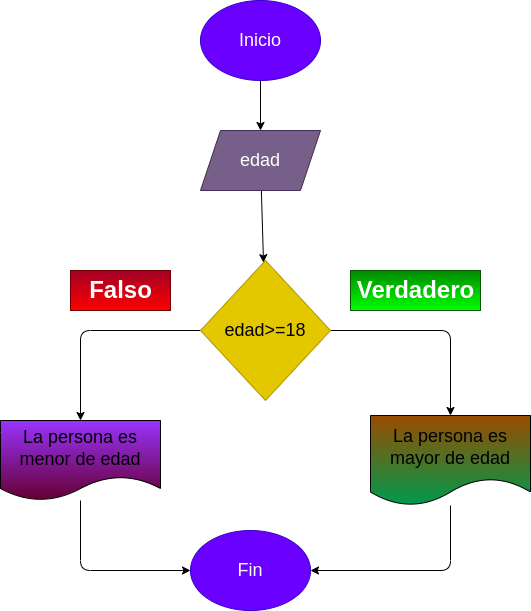
Earlier version of the draw.io export ejercicio3_prestamo/diagrama.png (juanomanino/EjerciciosIftemporal). Source tidied: cells renumbered, new cells last; positions are measured from the earlier drawing's top-left corner, leaving out a move shared by most shapes.
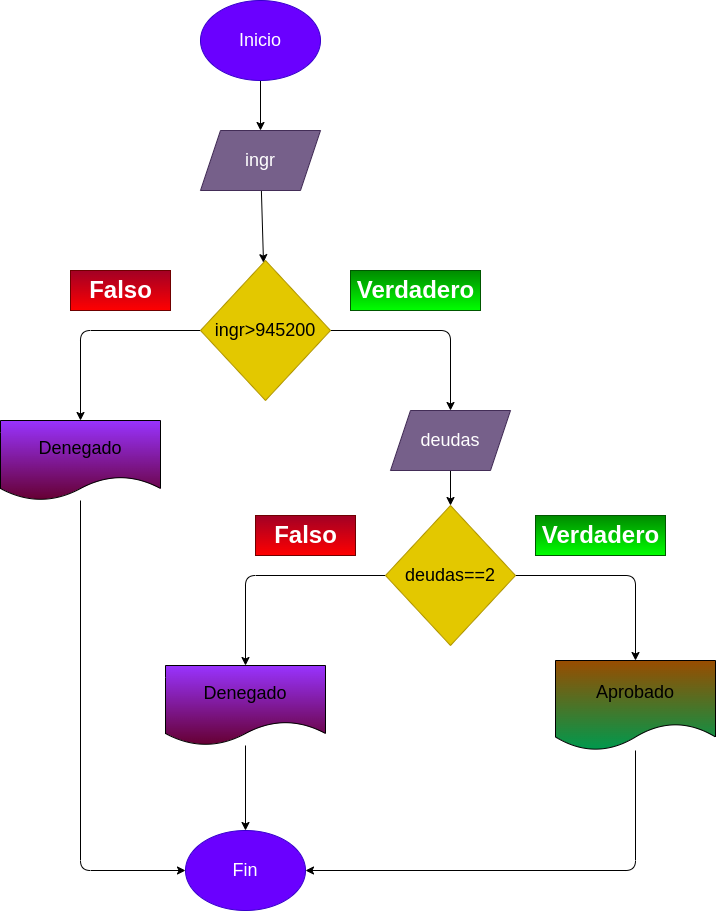
After the change.

What changed in the source:
```diff
@@ -11,10 +11,10 @@
     <mxCell id="4" style="edgeStyle=none;html=1;fontSize=18;" parent="1" edge="1" source="5" target="8">
       <mxGeometry relative="1" as="geometry" />
     </mxCell>
-    <mxCell id="5" value="&lt;font style=&quot;font-size: 18px&quot;&gt;edad&lt;/font&gt;" style="shape=parallelogram;perimeter=parallelogramPerimeter;whiteSpace=wrap;html=1;fixedSize=1;fillColor=#76608a;fontColor=#ffffff;strokeColor=#432D57;" parent="1" vertex="1">
+    <mxCell id="5" value="&lt;font style=&quot;font-size: 18px&quot;&gt;ingr&lt;/font&gt;" style="shape=parallelogram;perimeter=parallelogramPerimeter;whiteSpace=wrap;html=1;fixedSize=1;fillColor=#76608a;fontColor=#ffffff;strokeColor=#432D57;" parent="1" vertex="1">
       <mxGeometry x="200" y="130" width="120" height="60" as="geometry" />
     </mxCell>
-    <mxCell id="6" style="edgeStyle=none;html=1;entryX=0.5;entryY=0;entryDx=0;entryDy=0;fontSize=18;" parent="1" edge="1" source="8" target="12">
+    <mxCell id="6" style="edgeStyle=none;html=1;entryX=0.5;entryY=0;entryDx=0;entryDy=0;fontSize=18;" parent="1" edge="1" source="8" target="26">
       <mxGeometry relative="1" as="geometry">
         <Array as="points">
           <mxPoint x="450" y="330" />
@@ -28,29 +28,19 @@
         </Array>
       </mxGeometry>
     </mxCell>
-    <mxCell id="8" value="edad&amp;gt;=18" style="rhombus;whiteSpace=wrap;html=1;fontSize=18;fillColor=#e3c800;fontColor=#000000;strokeColor=#B09500;" parent="1" vertex="1">
+    <mxCell id="8" value="ingr&amp;gt;945200" style="rhombus;whiteSpace=wrap;html=1;fontSize=18;fillColor=#e3c800;fontColor=#000000;strokeColor=#B09500;" parent="1" vertex="1">
       <mxGeometry x="200" y="260" width="130" height="140" as="geometry" />
     </mxCell>
     <mxCell id="9" style="edgeStyle=none;html=1;entryX=0;entryY=0.5;entryDx=0;entryDy=0;fontSize=18;" parent="1" edge="1" source="10" target="15">
       <mxGeometry relative="1" as="geometry">
         <Array as="points">
-          <mxPoint x="80" y="570" />
+          <mxPoint x="80" y="870" />
         </Array>
       </mxGeometry>
     </mxCell>
-    <mxCell id="10" value="La persona es menor de edad" style="shape=document;whiteSpace=wrap;html=1;boundedLbl=1;fontSize=18;fillColor=#9933FF;gradientColor=#660033;" parent="1" vertex="1">
+    <mxCell id="10" value="Denegado" style="shape=document;whiteSpace=wrap;html=1;boundedLbl=1;fontSize=18;fillColor=#9933FF;gradientColor=#660033;" parent="1" vertex="1">
       <mxGeometry y="420" width="160" height="80" as="geometry" />
     </mxCell>
-    <mxCell id="11" style="edgeStyle=none;html=1;entryX=1;entryY=0.5;entryDx=0;entryDy=0;fontSize=18;" parent="1" edge="1" source="12" target="15">
-      <mxGeometry relative="1" as="geometry">
-        <Array as="points">
-          <mxPoint x="450" y="570" />
-        </Array>
-      </mxGeometry>
-    </mxCell>
-    <mxCell id="12" value="La persona es mayor de edad" style="shape=document;whiteSpace=wrap;html=1;boundedLbl=1;fontSize=18;gradientColor=#00994D;fillColor=#994C00;" parent="1" vertex="1">
-      <mxGeometry x="370" y="415" width="160" height="90" as="geometry" />
-    </mxCell>
     <mxCell id="13" value="Falso" style="text;strokeColor=#6F0000;fillColor=#a20025;html=1;fontSize=24;fontStyle=1;verticalAlign=middle;align=center;fontColor=#ffffff;gradientColor=#FF0000;" parent="1" vertex="1">
       <mxGeometry x="70" y="270" width="100" height="40" as="geometry" />
     </mxCell>
@@ -58,7 +48,52 @@
       <mxGeometry x="350" y="270" width="130" height="40" as="geometry" />
     </mxCell>
     <mxCell id="15" value="Fin" style="ellipse;whiteSpace=wrap;html=1;fontSize=18;fillColor=#6a00ff;fontColor=#ffffff;strokeColor=#3700CC;" parent="1" vertex="1">
-      <mxGeometry x="190" y="530" width="120" height="80" as="geometry" />
+      <mxGeometry x="185" y="830" width="120" height="80" as="geometry" />
     </mxCell>
+    <mxCell id="16" style="edgeStyle=none;html=1;entryX=0.5;entryY=0;entryDx=0;entryDy=0;fontSize=18;" parent="1" edge="1" source="18" target="22">
+      <mxGeometry relative="1" as="geometry">
+        <Array as="points">
+          <mxPoint x="635" y="575" />
+        </Array>
+      </mxGeometry>
+    </mxCell>
+    <mxCell id="17" style="edgeStyle=none;html=1;exitX=0;exitY=0.5;exitDx=0;exitDy=0;entryX=0.5;entryY=0;entryDx=0;entryDy=0;fontSize=18;" parent="1" edge="1" source="18" target="20">
+      <mxGeometry relative="1" as="geometry">
+        <Array as="points">
+          <mxPoint x="245" y="575" />
+        </Array>
+      </mxGeometry>
+    </mxCell>
+    <mxCell id="18" value="deudas==2" style="rhombus;whiteSpace=wrap;html=1;fontSize=18;fillColor=#e3c800;fontColor=#000000;strokeColor=#B09500;" parent="1" vertex="1">
+      <mxGeometry x="385" y="505" width="130" height="140" as="geometry" />
+    </mxCell>
+    <mxCell id="19" style="edgeStyle=none;html=1;entryX=0.5;entryY=0;entryDx=0;entryDy=0;" parent="1" edge="1" source="20" target="15">
+      <mxGeometry relative="1" as="geometry" />
+    </mxCell>
+    <mxCell id="20" value="Denegado" style="shape=document;whiteSpace=wrap;html=1;boundedLbl=1;fontSize=18;fillColor=#9933FF;gradientColor=#660033;" parent="1" vertex="1">
+      <mxGeometry x="165" y="665" width="160" height="80" as="geometry" />
+    </mxCell>
+    <mxCell id="21" style="edgeStyle=none;html=1;entryX=1;entryY=0.5;entryDx=0;entryDy=0;" parent="1" edge="1" source="22" target="15">
+      <mxGeometry relative="1" as="geometry">
+        <Array as="points">
+          <mxPoint x="635" y="870" />
+        </Array>
+      </mxGeometry>
+    </mxCell>
+    <mxCell id="22" value="Aprobado" style="shape=document;whiteSpace=wrap;html=1;boundedLbl=1;fontSize=18;gradientColor=#00994D;fillColor=#994C00;" parent="1" vertex="1">
+      <mxGeometry x="555" y="660" width="160" height="90" as="geometry" />
+    </mxCell>
+    <mxCell id="23" value="Falso" style="text;strokeColor=#6F0000;fillColor=#a20025;html=1;fontSize=24;fontStyle=1;verticalAlign=middle;align=center;fontColor=#ffffff;gradientColor=#FF0000;" parent="1" vertex="1">
+      <mxGeometry x="255" y="515" width="100" height="40" as="geometry" />
+    </mxCell>
+    <mxCell id="24" value="Verdadero" style="text;strokeColor=#005700;fillColor=#008a00;html=1;fontSize=24;fontStyle=1;verticalAlign=middle;align=center;fontColor=#ffffff;gradientColor=#00FF00;" parent="1" vertex="1">
+      <mxGeometry x="535" y="515" width="130" height="40" as="geometry" />
+    </mxCell>
+    <mxCell id="25" style="edgeStyle=none;html=1;entryX=0.5;entryY=0;entryDx=0;entryDy=0;" parent="1" edge="1" source="26" target="18">
+      <mxGeometry relative="1" as="geometry" />
+    </mxCell>
+    <mxCell id="26" value="&lt;font style=&quot;font-size: 18px&quot;&gt;deudas&lt;/font&gt;" style="shape=parallelogram;perimeter=parallelogramPerimeter;whiteSpace=wrap;html=1;fixedSize=1;fillColor=#76608a;fontColor=#ffffff;strokeColor=#432D57;" parent="1" vertex="1">
+      <mxGeometry x="390" y="410" width="120" height="60" as="geometry" />
+    </mxCell>
   </root>
 </mxGraphModel>
```
